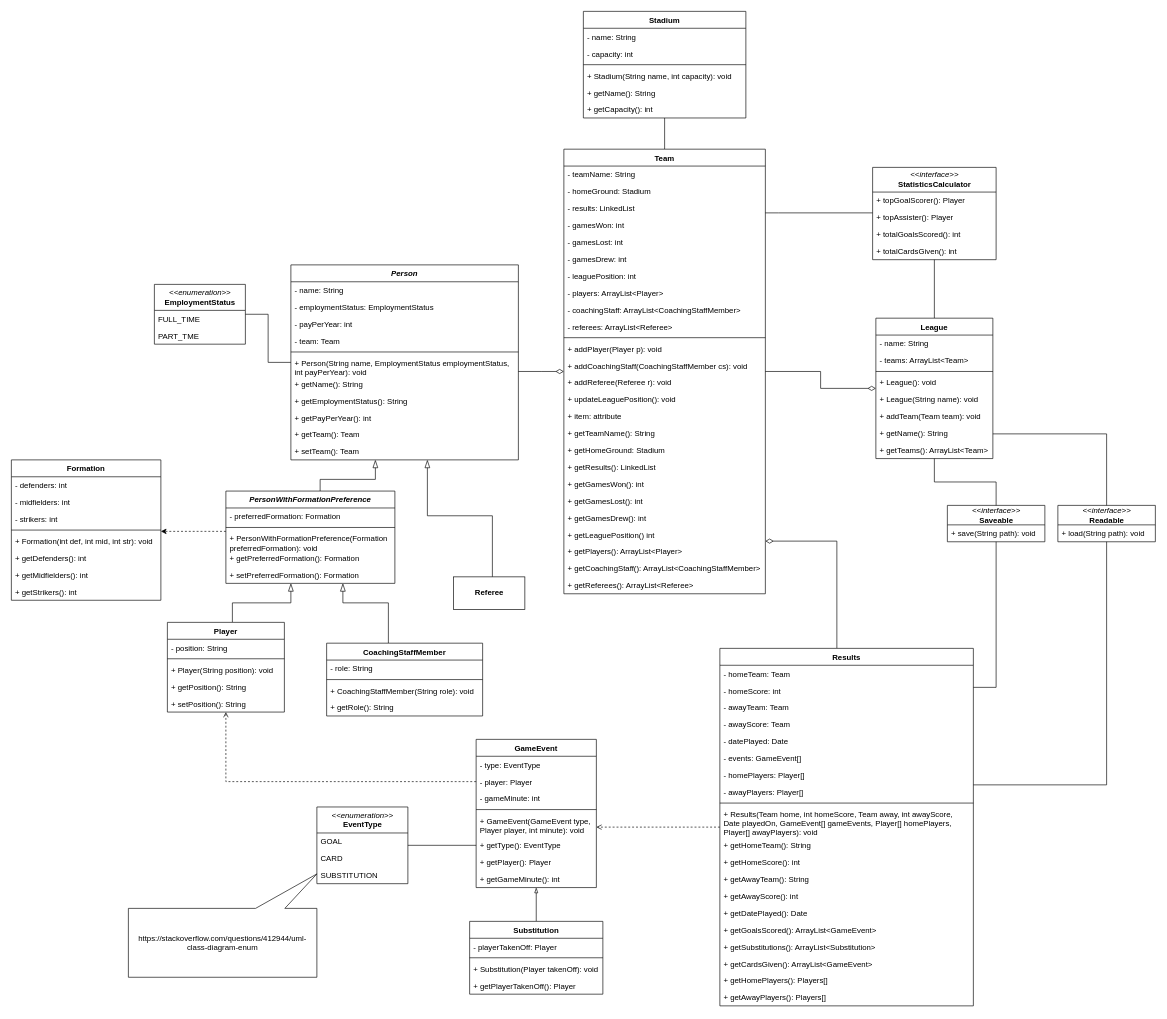
JackSmith00/FootballManager keeps this draw.io diagram as page "Detailed Class Diagram" (4 of 6) of Diagrams.drawio. Above is the earlier version. Source tidied: cells renumbered, new cells numbered last; positions are measured from the earlier drawing's top-left corner, leaving out a move shared by most shapes. Both pictures are drawn from the tidied source at 65%, with x=0, y=0 at pixel (11, 11).
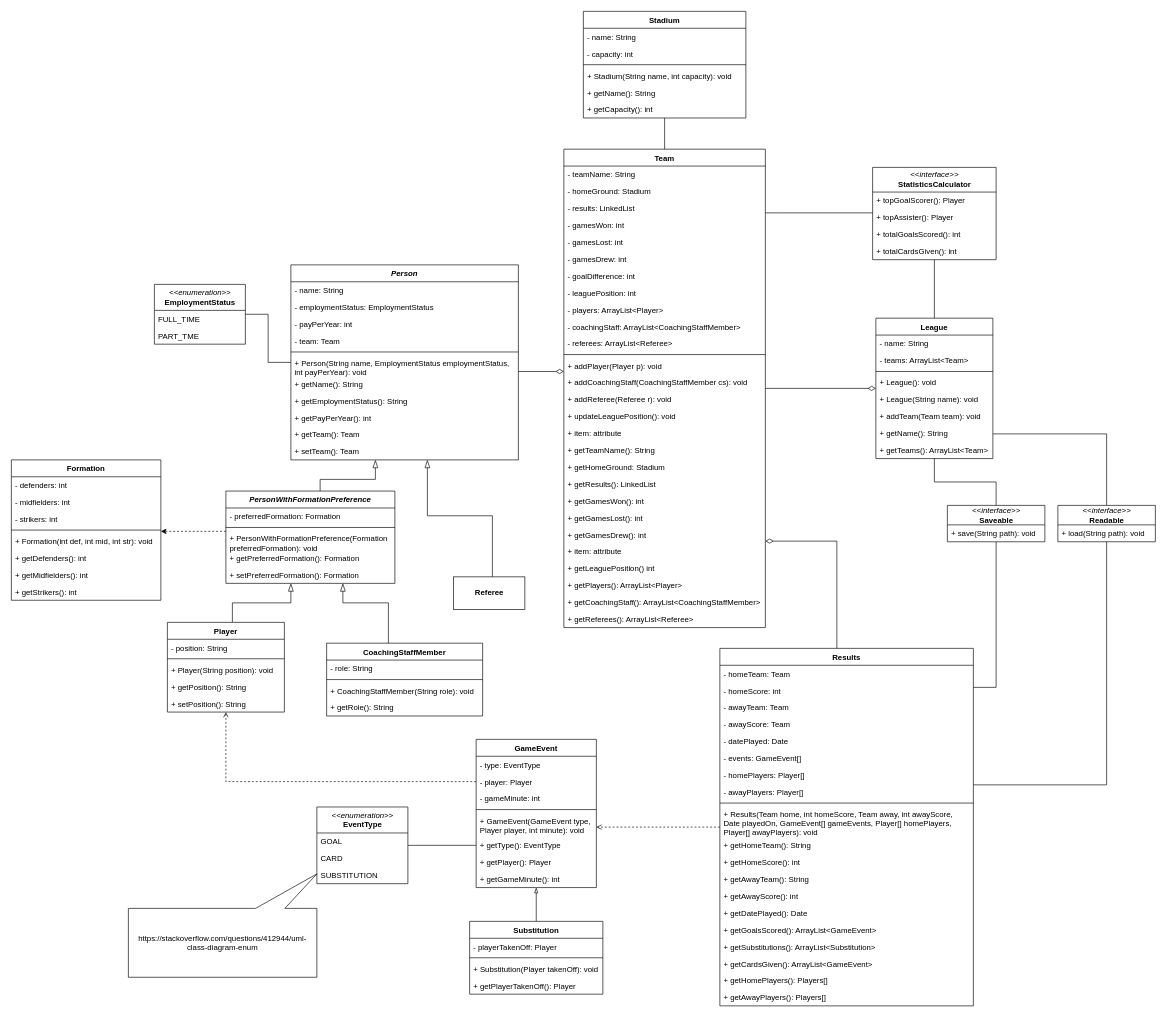
The same diagram, later.

The edit, as a diff of the source:
```diff
@@
     <mxCell id="23" value="Team" style="swimlane;fontStyle=1;align=center;verticalAlign=top;horizontal=1;startSize=26;" parent="1" vertex="1">
-      <mxGeometry x="850" y="212" width="310" height="684" as="geometry" />
+      <mxGeometry x="850" y="212" width="310" height="736" as="geometry" />
     </mxCell>
@@
+    <mxCell id="156" value="- goalDifference: int" style="text;strokeColor=none;fillColor=none;align=left;verticalAlign=top;spacingLeft=4;spacingRight=4;overflow=hidden;" parent="23" vertex="1">
+      <mxGeometry y="182" width="310" height="26" as="geometry" />
+    </mxCell>
     <mxCell id="30" value="- leaguePosition: int" style="text;strokeColor=none;fillColor=none;align=left;verticalAlign=top;spacingLeft=4;spacingRight=4;overflow=hidden;" parent="23" vertex="1">
-      <mxGeometry y="182" width="310" height="26" as="geometry" />
+      <mxGeometry y="208" width="310" height="26" as="geometry" />
     </mxCell>
     <mxCell id="31" value="- players: ArrayList&lt;Player&gt;" style="text;strokeColor=none;fillColor=none;align=left;verticalAlign=top;spacingLeft=4;spacingRight=4;overflow=hidden;" parent="23" vertex="1">
-      <mxGeometry y="208" width="310" height="26" as="geometry" />
+      <mxGeometry y="234" width="310" height="26" as="geometry" />
     </mxCell>
     <mxCell id="32" value="- coachingStaff: ArrayList&lt;CoachingStaffMember&gt;" style="text;strokeColor=none;fillColor=none;align=left;verticalAlign=top;spacingLeft=4;spacingRight=4;overflow=hidden;" parent="23" vertex="1">
-      <mxGeometry y="234" width="310" height="26" as="geometry" />
+      <mxGeometry y="260" width="310" height="26" as="geometry" />
     </mxCell>
     <mxCell id="33" value="- referees: ArrayList&lt;Referee&gt;" style="text;strokeColor=none;fillColor=none;align=left;verticalAlign=top;spacingLeft=4;spacingRight=4;overflow=hidden;" parent="23" vertex="1">
-      <mxGeometry y="260" width="310" height="26" as="geometry" />
+      <mxGeometry y="286" width="310" height="26" as="geometry" />
     </mxCell>
     <mxCell id="34" style="line;strokeWidth=1;fillColor=none;align=left;verticalAlign=middle;spacingTop=-1;spacingLeft=3;spacingRight=3;labelPosition=right;" parent="23" vertex="1">
-      <mxGeometry y="286" width="310" height="8" as="geometry" />
+      <mxGeometry y="312" width="310" height="8" as="geometry" />
     </mxCell>
     <mxCell id="35" value="+ addPlayer(Player p): void" style="text;strokeColor=none;fillColor=none;align=left;verticalAlign=top;spacingLeft=4;spacingRight=4;overflow=hidden;" parent="23" vertex="1">
-      <mxGeometry y="294" width="310" height="26" as="geometry" />
+      <mxGeometry y="320" width="310" height="26" as="geometry" />
     </mxCell>
     <mxCell id="36" value="+ addCoachingStaff(CoachingStaffMember cs): void" style="text;strokeColor=none;fillColor=none;align=left;verticalAlign=top;spacingLeft=4;spacingRight=4;overflow=hidden;" parent="23" vertex="1">
-      <mxGeometry y="320" width="310" height="26" as="geometry" />
+      <mxGeometry y="346" width="310" height="26" as="geometry" />
     </mxCell>
     <mxCell id="37" value="+ addReferee(Referee r): void" style="text;strokeColor=none;fillColor=none;align=left;verticalAlign=top;spacingLeft=4;spacingRight=4;overflow=hidden;" parent="23" vertex="1">
-      <mxGeometry y="346" width="310" height="26" as="geometry" />
+      <mxGeometry y="372" width="310" height="26" as="geometry" />
     </mxCell>
     <mxCell id="38" value="+ updateLeaguePosition(): void" style="text;strokeColor=none;fillColor=none;align=left;verticalAlign=top;spacingLeft=4;spacingRight=4;overflow=hidden;" parent="23" vertex="1">
-      <mxGeometry y="372" width="310" height="26" as="geometry" />
+      <mxGeometry y="398" width="310" height="26" as="geometry" />
     </mxCell>
     <mxCell id="39" value="+ item: attribute" style="text;strokeColor=none;fillColor=none;align=left;verticalAlign=top;spacingLeft=4;spacingRight=4;overflow=hidden;" parent="23" vertex="1">
-      <mxGeometry y="398" width="310" height="26" as="geometry" />
+      <mxGeometry y="424" width="310" height="26" as="geometry" />
     </mxCell>
     <mxCell id="40" value="+ getTeamName(): String" style="text;strokeColor=none;fillColor=none;align=left;verticalAlign=top;spacingLeft=4;spacingRight=4;overflow=hidden;" parent="23" vertex="1">
-      <mxGeometry y="424" width="310" height="26" as="geometry" />
+      <mxGeometry y="450" width="310" height="26" as="geometry" />
     </mxCell>
     <mxCell id="41" value="+ getHomeGround: Stadium" style="text;strokeColor=none;fillColor=none;align=left;verticalAlign=top;spacingLeft=4;spacingRight=4;overflow=hidden;" parent="23" vertex="1">
-      <mxGeometry y="450" width="310" height="26" as="geometry" />
+      <mxGeometry y="476" width="310" height="26" as="geometry" />
     </mxCell>
     <mxCell id="42" value="+ getResults(): LinkedList" style="text;strokeColor=none;fillColor=none;align=left;verticalAlign=top;spacingLeft=4;spacingRight=4;overflow=hidden;" parent="23" vertex="1">
-      <mxGeometry y="476" width="310" height="26" as="geometry" />
+      <mxGeometry y="502" width="310" height="26" as="geometry" />
     </mxCell>
     <mxCell id="43" value="+ getGamesWon(): int" style="text;strokeColor=none;fillColor=none;align=left;verticalAlign=top;spacingLeft=4;spacingRight=4;overflow=hidden;" parent="23" vertex="1">
-      <mxGeometry y="502" width="310" height="26" as="geometry" />
+      <mxGeometry y="528" width="310" height="26" as="geometry" />
     </mxCell>
     <mxCell id="44" value="+ getGamesLost(): int" style="text;strokeColor=none;fillColor=none;align=left;verticalAlign=top;spacingLeft=4;spacingRight=4;overflow=hidden;" parent="23" vertex="1">
-      <mxGeometry y="528" width="310" height="26" as="geometry" />
+      <mxGeometry y="554" width="310" height="26" as="geometry" />
     </mxCell>
     <mxCell id="45" value="+ getGamesDrew(): int" style="text;strokeColor=none;fillColor=none;align=left;verticalAlign=top;spacingLeft=4;spacingRight=4;overflow=hidden;" parent="23" vertex="1">
-      <mxGeometry y="554" width="310" height="26" as="geometry" />
+      <mxGeometry y="580" width="310" height="26" as="geometry" />
     </mxCell>
+    <mxCell id="157" value="+ item: attribute" style="text;strokeColor=none;fillColor=none;align=left;verticalAlign=top;spacingLeft=4;spacingRight=4;overflow=hidden;" parent="23" vertex="1">
+      <mxGeometry y="606" width="310" height="26" as="geometry" />
+    </mxCell>
     <mxCell id="46" value="+ getLeaguePosition() int" style="text;strokeColor=none;fillColor=none;align=left;verticalAlign=top;spacingLeft=4;spacingRight=4;overflow=hidden;" parent="23" vertex="1">
-      <mxGeometry y="580" width="310" height="26" as="geometry" />
+      <mxGeometry y="632" width="310" height="26" as="geometry" />
     </mxCell>
     <mxCell id="47" value="+ getPlayers(): ArrayList&lt;Player&gt;" style="text;strokeColor=none;fillColor=none;align=left;verticalAlign=top;spacingLeft=4;spacingRight=4;overflow=hidden;" parent="23" vertex="1">
-      <mxGeometry y="606" width="310" height="26" as="geometry" />
+      <mxGeometry y="658" width="310" height="26" as="geometry" />
     </mxCell>
     <mxCell id="48" value="+ getCoachingStaff(): ArrayList&lt;CoachingStaffMember&gt;" style="text;strokeColor=none;fillColor=none;align=left;verticalAlign=top;spacingLeft=4;spacingRight=4;overflow=hidden;" parent="23" vertex="1">
-      <mxGeometry y="632" width="310" height="26" as="geometry" />
+      <mxGeometry y="684" width="310" height="26" as="geometry" />
     </mxCell>
     <mxCell id="49" value="+ getReferees(): ArrayList&lt;Referee&gt;" style="text;strokeColor=none;fillColor=none;align=left;verticalAlign=top;spacingLeft=4;spacingRight=4;overflow=hidden;" parent="23" vertex="1">
-      <mxGeometry y="658" width="310" height="26" as="geometry" />
+      <mxGeometry y="710" width="310" height="26" as="geometry" />
     </mxCell>
```
